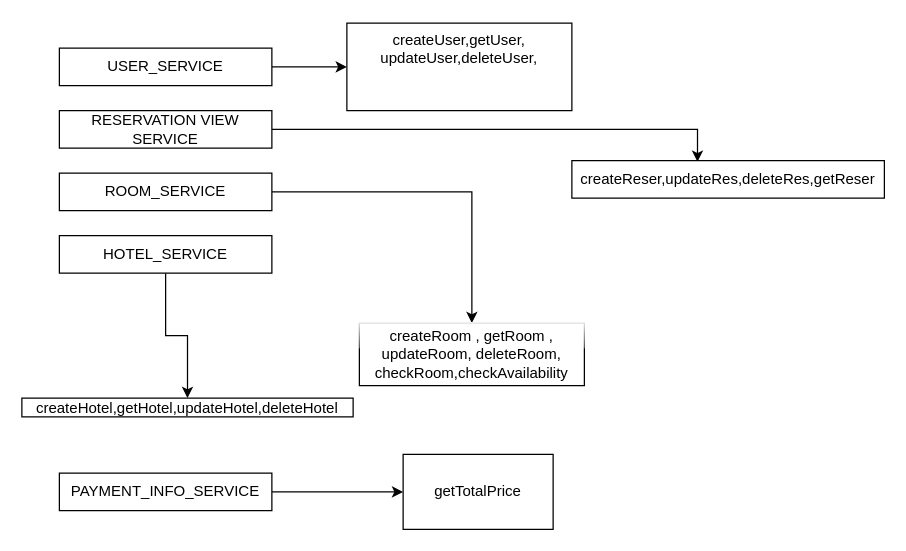
This is page "ADMIN_SERVICE" (4 of 5) of Başlıksız Diyagram.drawio from nubaronat/HotelReservation, a draw.io file, before an edit. Source tidied: cells renumbered, new cells numbered last; positions are measured from the earlier drawing's top-left corner, leaving out a move shared by most shapes. Both pictures are drawn from the tidied source at 125%, with x=0, y=0 at pixel (21, 22).
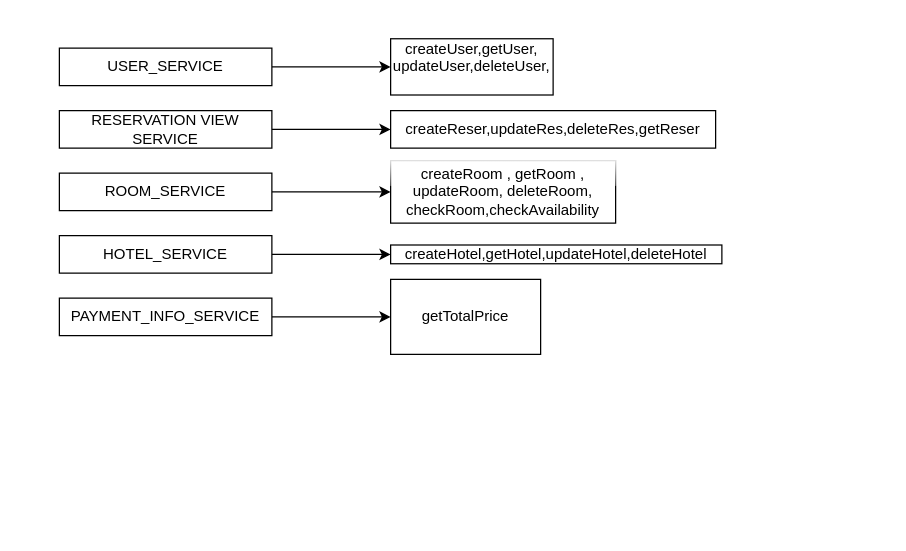
The same diagram, later.

Commit message:
Servis Düzenlemesi

The edit, as a diff of the source:
```diff
@@
 <mxGraphModel>
   <root>
     <mxCell id="0" />
     <mxCell id="1" parent="0" />
     <mxCell id="2" style="edgeStyle=orthogonalEdgeStyle;rounded=0;jettySize=auto;html=1;" parent="1" edge="1" source="3" target="12">
       <mxGeometry relative="1" as="geometry" />
     </mxCell>
     <mxCell id="3" value="USER_SERVICE" style="rounded=0;whiteSpace=wrap;html=1;" parent="1" vertex="1">
       <mxGeometry x="30" y="20" width="170" height="30" as="geometry" />
     </mxCell>
-    <mxCell id="4" style="edgeStyle=orthogonalEdgeStyle;rounded=0;jettySize=auto;html=1;exitX=1;exitY=0.5;exitDx=0;exitDy=0;entryX=0.402;entryY=0.033;entryDx=0;entryDy=0;entryPerimeter=0;" parent="1" edge="1" source="5" target="13">
+    <mxCell id="4" style="edgeStyle=orthogonalEdgeStyle;rounded=0;jettySize=auto;html=1;exitX=1;exitY=0.5;exitDx=0;exitDy=0;entryX=0;entryY=0.5;entryDx=0;entryDy=0;" parent="1" edge="1" source="5" target="13">
       <mxGeometry relative="1" as="geometry" />
     </mxCell>
     <mxCell id="5" value="RESERVATION VIEW SERVICE" style="rounded=0;whiteSpace=wrap;html=1;" parent="1" vertex="1">
       <mxGeometry x="30" y="70" width="170" height="30" as="geometry" />
     </mxCell>
     <mxCell id="6" style="edgeStyle=orthogonalEdgeStyle;rounded=0;jettySize=auto;html=1;" parent="1" edge="1" source="7" target="10">
       <mxGeometry relative="1" as="geometry" />
     </mxCell>
     <mxCell id="7" value="ROOM_SERVICE" style="rounded=0;whiteSpace=wrap;html=1;" parent="1" vertex="1">
       <mxGeometry x="30" y="120" width="170" height="30" as="geometry" />
     </mxCell>
     <mxCell id="8" style="edgeStyle=orthogonalEdgeStyle;rounded=0;jettySize=auto;html=1;" parent="1" edge="1" source="9" target="11">
       <mxGeometry relative="1" as="geometry" />
     </mxCell>
     <mxCell id="9" value="HOTEL_SERVICE" style="rounded=0;whiteSpace=wrap;html=1;" parent="1" vertex="1">
       <mxGeometry x="30" y="170" width="170" height="30" as="geometry" />
     </mxCell>
     <mxCell id="10" value="createRoom , getRoom , updateRoom, deleteRoom, checkRoom,checkAvailability" style="rounded=0;whiteSpace=wrap;html=1;glass=1;" parent="1" vertex="1">
-      <mxGeometry x="270" y="240" width="180" height="50" as="geometry" />
+      <mxGeometry x="295" y="110" width="180" height="50" as="geometry" />
     </mxCell>
     <mxCell id="11" value="createHotel,getHotel,updateHotel,deleteHotel" style="whiteSpace=wrap;html=1;rounded=0;" parent="1" vertex="1">
-      <mxGeometry y="300" width="265" height="15" as="geometry" />
+      <mxGeometry x="295" y="177.5" width="265" height="15" as="geometry" />
     </mxCell>
-    <mxCell id="12" value="createUser,getUser,&lt;div&gt;updateUser,deleteUser,&lt;/div&gt;&lt;div&gt;&lt;br&gt;&lt;div&gt;&lt;br&gt;&lt;/div&gt;&lt;/div&gt;" style="whiteSpace=wrap;html=1;rounded=0;" parent="1" vertex="1">
-      <mxGeometry x="260" width="180" height="70" as="geometry" />
+    <mxCell id="12" value="&lt;div&gt;&lt;div&gt;&lt;br&gt;&lt;/div&gt;&lt;/div&gt;&lt;div&gt;createUser,getUser,&lt;div&gt;updateUser,deleteUser,&lt;/div&gt;&lt;div&gt;&lt;br&gt;&lt;div&gt;&lt;br&gt;&lt;/div&gt;&lt;/div&gt;&lt;/div&gt;" style="whiteSpace=wrap;html=1;rounded=0;" parent="1" vertex="1">
+      <mxGeometry x="295" y="12.5" width="130" height="45" as="geometry" />
     </mxCell>
     <mxCell id="13" value="createReser,updateRes,deleteRes,getReser" style="rounded=0;whiteSpace=wrap;html=1;" parent="1" vertex="1">
-      <mxGeometry x="440" y="110" width="250" height="30" as="geometry" />
+      <mxGeometry x="295" y="70" width="260" height="30" as="geometry" />
     </mxCell>
     <mxCell id="14" style="edgeStyle=orthogonalEdgeStyle;rounded=0;jettySize=auto;html=1;" parent="1" edge="1" source="15" target="16">
       <mxGeometry relative="1" as="geometry" />
     </mxCell>
     <mxCell id="15" value="PAYMENT_INFO_SERVICE" style="rounded=0;whiteSpace=wrap;html=1;" parent="1" vertex="1">
-      <mxGeometry x="30" y="360" width="170" height="30" as="geometry" />
+      <mxGeometry x="30" y="220" width="170" height="30" as="geometry" />
     </mxCell>
     <mxCell id="16" value="getTotalPrice" style="whiteSpace=wrap;html=1;rounded=0;" parent="1" vertex="1">
-      <mxGeometry x="305" y="345" width="120" height="60" as="geometry" />
+      <mxGeometry x="295" y="205" width="120" height="60" as="geometry" />
     </mxCell>
+    <mxCell id="17" style="edgeStyle=orthogonalEdgeStyle;rounded=0;orthogonalLoop=1;jettySize=auto;html=1;exitX=0.5;exitY=1;exitDx=0;exitDy=0;" parent="1" edge="1" source="12" target="12">
+      <mxGeometry relative="1" as="geometry" />
+    </mxCell>
   </root>
 </mxGraphModel>
```
